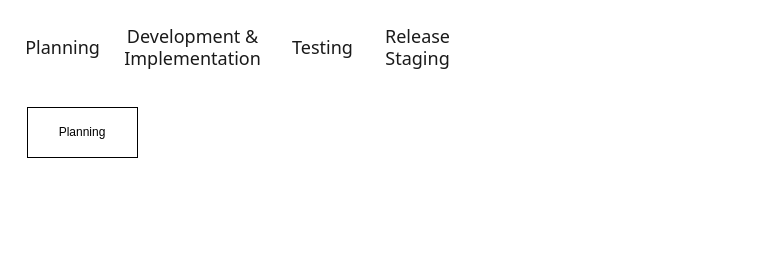
tech2etc/Pieartstudio keeps this draw.io diagram as Untitled Diagram.drawio. Above is the earlier version. Source tidied: cells renumbered, new cells numbered last; positions are measured from the earlier drawing's top-left corner, leaving out a move shared by most shapes. Both pictures are drawn from the tidied source at 100%, with x=0, y=0 at pixel (17, 17).
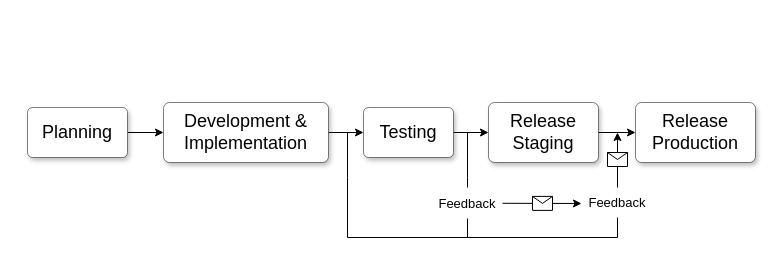
After the change.

Change to the diagram source:
```diff
@@
-    <mxCell id="2" value="&lt;font color=&quot;#1a1a1a&quot; style=&quot;font-size: 18px;&quot; face=&quot;Tahoma&quot;&gt;Planning&lt;/font&gt;" style="text;html=1;align=center;verticalAlign=middle;strokeColor=none;fillColor=none;" parent="1" vertex="1">
-      <mxGeometry y="10" width="90" height="40" as="geometry" />
-    </mxCell>
+    <mxCell id="7" style="edgeStyle=orthogonalEdgeStyle;rounded=0;jettySize=auto;html=1;exitX=1;exitY=0.5;exitDx=0;exitDy=0;entryX=0;entryY=0.5;entryDx=0;entryDy=0;" parent="1" edge="1" source="6" target="3">
+      <mxGeometry relative="1" as="geometry" />
+    </mxCell>
+    <mxCell id="6" value="&lt;font style=&quot;font-size: 18px;&quot;&gt;Planning&lt;/font&gt;" style="html=1;whiteSpace=wrap;rounded=1;arcSize=10;shadow=1;strokeWidth=0.5;" parent="1" vertex="1">
+      <mxGeometry x="10" y="90" width="100" height="50" as="geometry" />
+    </mxCell>
+    <mxCell id="8" style="edgeStyle=orthogonalEdgeStyle;rounded=0;jettySize=auto;html=1;exitX=1;exitY=0.5;exitDx=0;exitDy=0;entryX=0;entryY=0.5;entryDx=0;entryDy=0;" parent="1" edge="1" source="3" target="4">
+      <mxGeometry relative="1" as="geometry" />
+    </mxCell>
-    <mxCell id="3" value="&lt;font color=&quot;#1a1a1a&quot; style=&quot;font-size: 18px;&quot; face=&quot;Tahoma&quot;&gt;Development &amp;amp;&lt;br&gt;Implementation&lt;br&gt;&lt;/font&gt;" style="text;html=1;align=center;verticalAlign=middle;points=[];strokeColor=none;fillColor=none;" parent="1" vertex="1">
-      <mxGeometry x="100" width="150" height="60" as="geometry" />
+    <mxCell id="3" value="&lt;div style=&quot;font-size: 18px;&quot;&gt;&lt;font style=&quot;font-size: 18px;&quot;&gt;Development &amp;amp;&lt;/font&gt;&lt;/div&gt;&lt;div style=&quot;font-size: 18px;&quot;&gt;&lt;font style=&quot;font-size: 18px;&quot;&gt;Implementation&lt;/font&gt;&lt;/div&gt;" style="html=1;whiteSpace=wrap;rounded=1;arcSize=10;shadow=1;strokeWidth=0.5;" parent="1" vertex="1">
+      <mxGeometry x="146" y="85" width="165" height="60" as="geometry" />
     </mxCell>
+    <mxCell id="9" style="edgeStyle=orthogonalEdgeStyle;rounded=0;jettySize=auto;html=1;exitX=1;exitY=0.5;exitDx=0;exitDy=0;entryX=0;entryY=0.5;entryDx=0;entryDy=0;" parent="1" edge="1" source="4" target="5">
+      <mxGeometry relative="1" as="geometry" />
+    </mxCell>
-    <mxCell id="4" value="&lt;font color=&quot;#1a1a1a&quot; style=&quot;font-size: 18px;&quot; face=&quot;Tahoma&quot;&gt;Testing&lt;/font&gt;" style="text;html=1;align=center;verticalAlign=middle;points=[];strokeColor=none;fillColor=none;" parent="1" vertex="1">
-      <mxGeometry x="265" y="10" width="80" height="40" as="geometry" />
+    <mxCell id="4" value="&lt;font style=&quot;font-size: 18px;&quot;&gt;Testing&lt;/font&gt;" style="html=1;whiteSpace=wrap;rounded=1;arcSize=10;shadow=1;strokeWidth=0.5;" parent="1" vertex="1">
+      <mxGeometry x="346" y="90" width="90" height="50" as="geometry" />
     </mxCell>
+    <mxCell id="10" style="edgeStyle=orthogonalEdgeStyle;rounded=0;jettySize=auto;html=1;exitX=1;exitY=0.5;exitDx=0;exitDy=0;entryX=0;entryY=0.5;entryDx=0;entryDy=0;" parent="1" edge="1" source="5" target="12">
+      <mxGeometry relative="1" as="geometry" />
+    </mxCell>
-    <mxCell id="5" value="&lt;font color=&quot;#1a1a1a&quot; style=&quot;font-size: 18px;&quot; face=&quot;Tahoma&quot;&gt;Release&lt;br&gt;Staging&lt;br&gt;&lt;/font&gt;" style="text;html=1;align=center;verticalAlign=middle;points=[];strokeColor=none;fillColor=none;" parent="1" vertex="1">
-      <mxGeometry x="360" width="80" height="60" as="geometry" />
+    <mxCell id="5" value="&lt;div style=&quot;font-size: 18px;&quot;&gt;&lt;div&gt;Release&lt;/div&gt;&lt;div&gt;&lt;span style=&quot;background-color: initial;&quot;&gt;Staging&lt;/span&gt;&lt;/div&gt;&lt;/div&gt;" style="html=1;whiteSpace=wrap;rounded=1;arcSize=10;shadow=1;strokeWidth=0.5;" parent="1" vertex="1">
+      <mxGeometry x="471" y="85" width="110" height="60" as="geometry" />
     </mxCell>
-    <mxCell id="6" value="Planning" style="html=1;whiteSpace=wrap;" parent="1" vertex="1">
-      <mxGeometry x="10" y="90" width="110" height="50" as="geometry" />
-    </mxCell>
+    <mxCell id="11" value="Feedback" style="text;html=1;strokeColor=none;fillColor=none;align=center;verticalAlign=middle;whiteSpace=wrap;rounded=0;fontSize=13;" parent="1" vertex="1">
+      <mxGeometry x="570" y="170" width="60" height="30" as="geometry" />
+    </mxCell>
+    <mxCell id="12" value="&lt;div style=&quot;font-size: 18px;&quot;&gt;&lt;div&gt;Release&lt;/div&gt;&lt;div&gt;&lt;span style=&quot;background-color: initial;&quot;&gt;Production&lt;/span&gt;&lt;/div&gt;&lt;/div&gt;" style="html=1;whiteSpace=wrap;rounded=1;arcSize=10;shadow=1;strokeWidth=0.5;" parent="1" vertex="1">
+      <mxGeometry x="618" y="85" width="120" height="60" as="geometry" />
+    </mxCell>
+    <mxCell id="13" value="Feedback" style="text;html=1;strokeColor=none;fillColor=none;align=center;verticalAlign=middle;whiteSpace=wrap;rounded=0;fontSize=13;" parent="1" vertex="1">
+      <mxGeometry x="420" y="171" width="60" height="30" as="geometry" />
+    </mxCell>
+    <mxCell id="14" style="endArrow=none;html=1;rounded=0;edgeStyle=orthogonalEdgeStyle;" parent="1" edge="1">
+      <mxGeometry relative="1" as="geometry">
+        <mxPoint x="450" y="170" as="sourcePoint" />
+        <mxPoint x="450" y="115" as="targetPoint" />
+        <Array as="points">
+          <mxPoint x="450" y="160" />
+          <mxPoint x="450" y="160" />
+        </Array>
+      </mxGeometry>
+    </mxCell>
+    <mxCell id="15" style="endArrow=classic;html=1;rounded=0;" parent="1" edge="1">
+      <mxGeometry relative="1" as="geometry">
+        <mxPoint x="485" y="185.8" as="sourcePoint" />
+        <mxPoint x="564" y="186" as="targetPoint" />
+      </mxGeometry>
+    </mxCell>
+    <mxCell id="16" style="shape=message;html=1;" parent="15" vertex="1">
+      <mxGeometry width="20" height="14" relative="1" as="geometry">
+        <mxPoint x="-10" y="-7" as="offset" />
+      </mxGeometry>
+    </mxCell>
+    <mxCell id="17" style="endArrow=classic;html=1;rounded=0;exitX=0.5;exitY=0;exitDx=0;exitDy=0;" parent="1" edge="1" source="11">
+      <mxGeometry relative="1" as="geometry">
+        <mxPoint x="600" y="115" as="targetPoint" />
+      </mxGeometry>
+    </mxCell>
+    <mxCell id="18" style="shape=message;html=1;" parent="17" vertex="1">
+      <mxGeometry width="20" height="14" relative="1" as="geometry">
+        <mxPoint x="-10" y="-7" as="offset" />
+      </mxGeometry>
+    </mxCell>
+    <mxCell id="19" style="endArrow=none;html=1;rounded=0;edgeStyle=orthogonalEdgeStyle;" parent="1" edge="1">
+      <mxGeometry relative="1" as="geometry">
+        <mxPoint x="600" y="220" as="sourcePoint" />
+        <mxPoint x="330" y="115" as="targetPoint" />
+        <Array as="points">
+          <mxPoint x="330" y="160" />
+          <mxPoint x="330" y="160" />
+        </Array>
+      </mxGeometry>
+    </mxCell>
+    <mxCell id="20" style="endArrow=none;html=1;rounded=0;entryX=0.5;entryY=1;entryDx=0;entryDy=0;" parent="1" edge="1" target="13">
+      <mxGeometry relative="1" as="geometry">
+        <mxPoint x="450" y="220" as="sourcePoint" />
+      </mxGeometry>
+    </mxCell>
+    <mxCell id="21" style="endArrow=none;html=1;rounded=0;entryX=0.5;entryY=1;entryDx=0;entryDy=0;" parent="1" edge="1" target="11">
+      <mxGeometry relative="1" as="geometry">
+        <mxPoint x="600" y="220" as="sourcePoint" />
+      </mxGeometry>
+    </mxCell>
```
